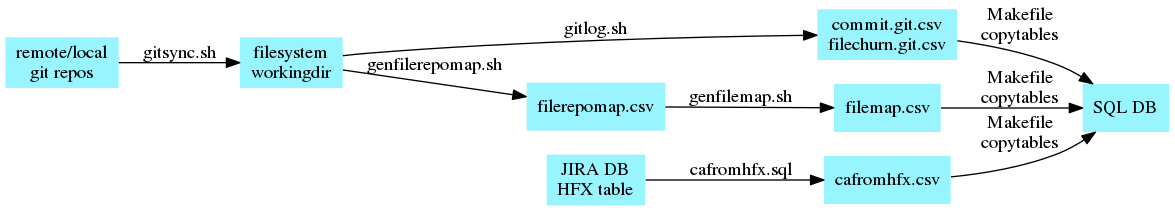
The Graphviz diagram doc/diagram.png in edwintorok/XSCodeChurn, before a commit. Its source is kept beside it as doc/diagram.dot.
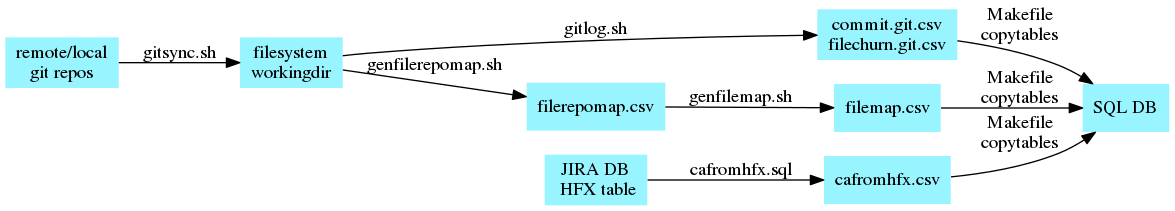
Above is the later version.

Commit message:
Changed workflow diagram

Change to the diagram source:
```diff
@@ -6,7 +6,7 @@
 data03 [label="commit.git.csv\nfilechurn.git.csv"];
 data04 [label="filerepomap.csv"];
 data05 [label="filemap.csv"];
-data07 [label="JIRA DB\nHFX table"];
+data07 [label="JIRA DB\n HFX table"];
 data08 [label="cafromhfx.csv"];
 
 data06 [label="SQL DB"];
```
